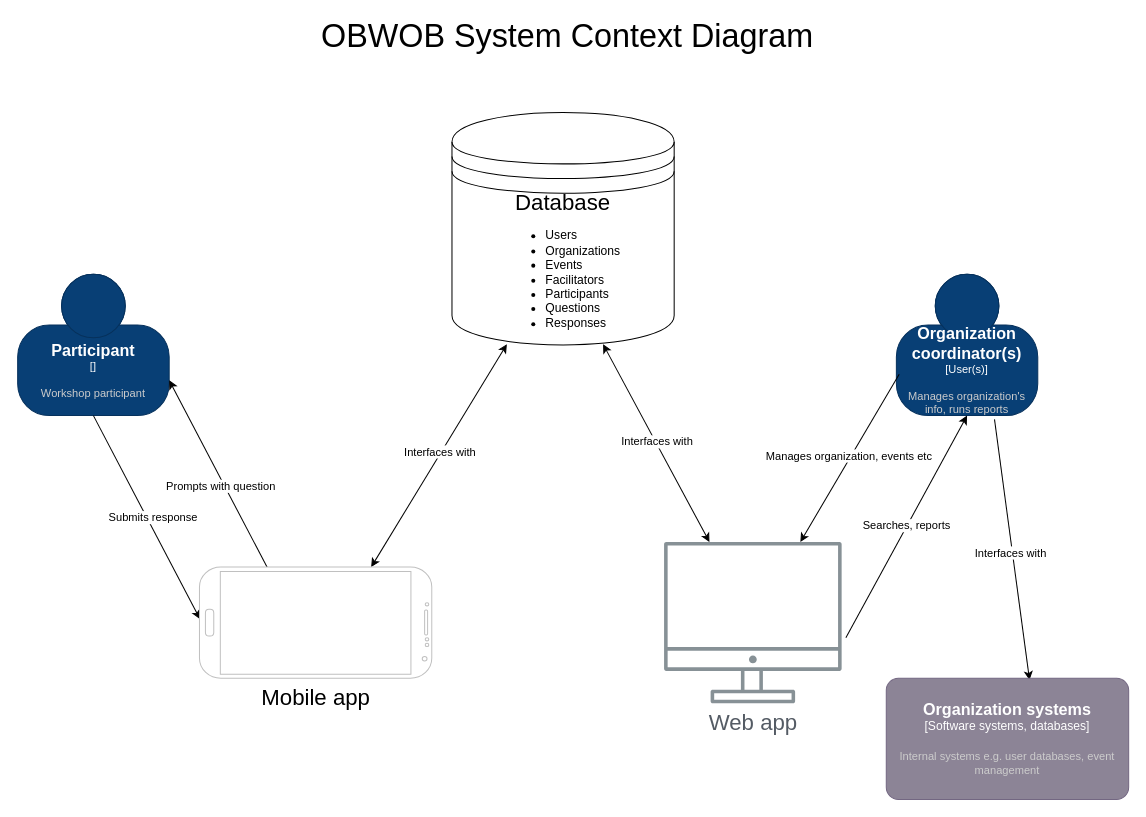
Before: documentation/c4-diagrams/1_obwob_system_context_diagram.drawio in laurapg1214/impact-web-interface, a draw.io diagram. Source tidied: cells renumbered, new cells numbered last; positions are measured from the earlier drawing's top-left corner, leaving out a move shared by most shapes. Both pictures are drawn from the tidied source at 101%, with x=0, y=0 at pixel (17, 21).
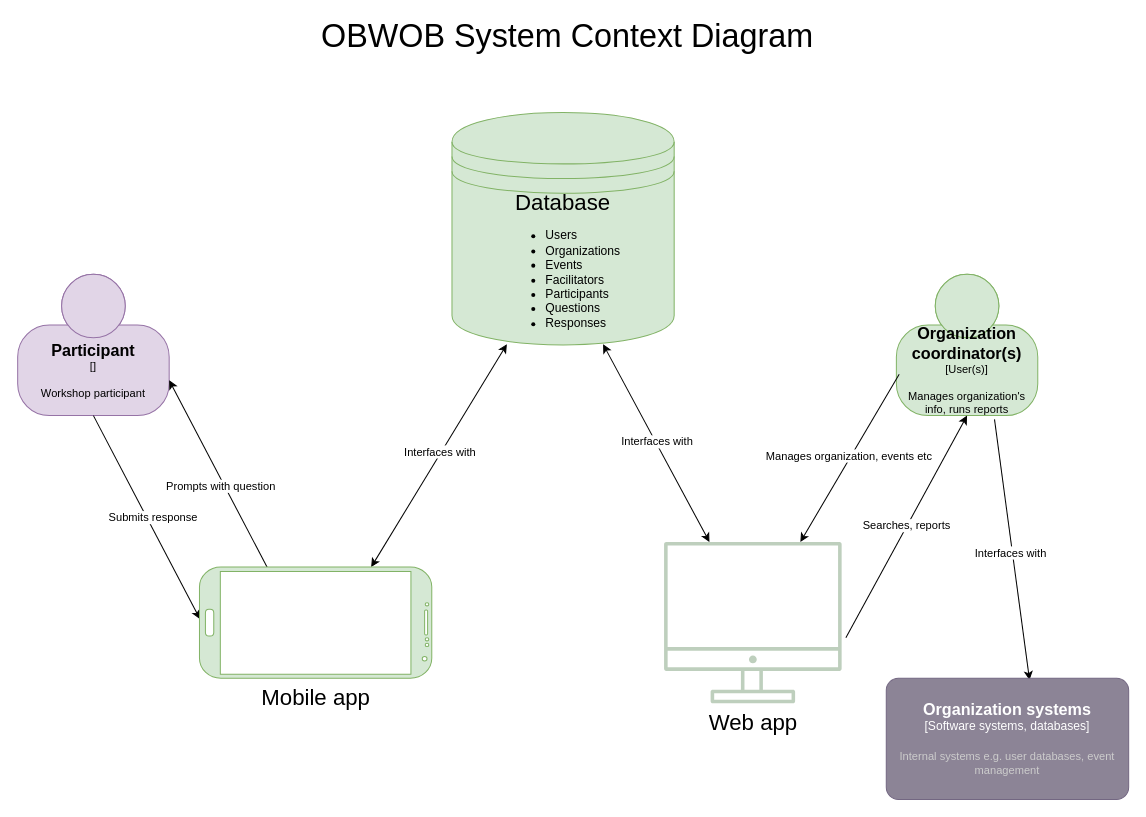
Above is the later version.

The edit, as a diff of the source:
```diff
@@
-    <object id="2" label="&lt;font style=&quot;font-size: 16px&quot;&gt;&lt;b&gt;%c4Name%&lt;/b&gt;&lt;/font&gt;&lt;div&gt;[%c4Type%]&lt;/div&gt;&lt;br&gt;&lt;div&gt;&lt;font style=&quot;font-size: 11px&quot;&gt;&lt;font color=&quot;#cccccc&quot;&gt;%c4Description%&lt;/font&gt;&lt;/div&gt;" c4Description="Workshop participant" c4Name="Participant" c4Type="" placeholders="1">
-      <mxCell style="html=1;fontSize=11;dashed=0;whiteSpace=wrap;fillColor=#083F75;strokeColor=#06315C;fontColor=#ffffff;shape=mxgraph.c4.person2;align=center;points=[[0.5,0,0],[1,0.5,0],[1,0.75,0],[0.75,1,0],[0.5,1,0],[0.25,1,0],[0,0.75,0],[0,0.5,0]];" parent="1" vertex="1">
+    <object id="2" label="&lt;font style=&quot;font-size: 16px&quot;&gt;&lt;b&gt;%c4Name%&lt;/b&gt;&lt;/font&gt;&lt;div&gt;[%c4Type%]&lt;/div&gt;&lt;br&gt;&lt;div&gt;&lt;font style=&quot;font-size: 11px&quot;&gt;&lt;font color=&quot;#000000&quot;&gt;%c4Description%&lt;/font&gt;&lt;/div&gt;" c4Description="Workshop participant" c4Name="Participant" c4Type="" placeholders="1">
+      <mxCell style="html=1;fontSize=11;dashed=0;whiteSpace=wrap;fillColor=#e1d5e7;strokeColor=#9673a6;shape=mxgraph.c4.person2;align=center;points=[[0.5,0,0],[1,0.5,0],[1,0.75,0],[0.75,1,0],[0.5,1,0],[0.25,1,0],[0,0.75,0],[0,0.5,0]];" parent="1" vertex="1">
         <mxGeometry y="250" width="150" height="140" as="geometry" />
       </mxCell>
     </object>
-    <object id="3" label="&lt;font style=&quot;font-size: 16px&quot;&gt;&lt;b&gt;%c4Name%&lt;/b&gt;&lt;/font&gt;&lt;div&gt;[%c4Type%]&lt;/div&gt;&lt;br&gt;&lt;div&gt;&lt;font style=&quot;font-size: 11px&quot;&gt;&lt;font color=&quot;#cccccc&quot;&gt;%c4Description%&lt;/font&gt;&lt;/div&gt;" c4Description="Manages organization's info, runs reports" c4Name="Organization coordinator(s)" c4Type="User(s)" placeholders="1">
-      <mxCell style="html=1;fontSize=11;dashed=0;whiteSpace=wrap;fillColor=#083F75;strokeColor=#06315C;fontColor=#ffffff;shape=mxgraph.c4.person2;align=center;points=[[0.5,0,0],[1,0.5,0],[1,0.75,0],[0.75,1,0],[0.5,1,0],[0.25,1,0],[0,0.75,0],[0,0.5,0]];" parent="1" vertex="1">
+    <object id="3" label="&lt;font style=&quot;font-size: 16px&quot;&gt;&lt;b&gt;%c4Name%&lt;/b&gt;&lt;/font&gt;&lt;div&gt;[%c4Type%]&lt;/div&gt;&lt;br&gt;&lt;div&gt;&lt;font style=&quot;font-size: 11px&quot;&gt;&lt;font color=&quot;#000000&quot;&gt;%c4Description%&lt;/font&gt;&lt;/div&gt;" c4Description="Manages organization's info, runs reports" c4Name="Organization coordinator(s)" c4Type="User(s)" placeholders="1">
+      <mxCell style="html=1;fontSize=11;dashed=0;whiteSpace=wrap;fillColor=#d5e8d4;strokeColor=#82b366;shape=mxgraph.c4.person2;align=center;points=[[0.5,0,0],[1,0.5,0],[1,0.75,0],[0.75,1,0],[0.5,1,0],[0.25,1,0],[0,0.75,0],[0,0.5,0]];" parent="1" vertex="1">
         <mxGeometry x="870" y="250" width="140" height="140" as="geometry" />
       </mxCell>
     </object>
-    <mxCell id="4" value="&lt;font style=&quot;font-size: 22px;&quot;&gt;Database&lt;/font&gt;&lt;div style=&quot;text-align: left;&quot;&gt;&lt;ul&gt;&lt;li&gt;Users&lt;/li&gt;&lt;li&gt;Organizations&lt;/li&gt;&lt;li&gt;&lt;font style=&quot;font-size: 12px;&quot;&gt;Events&lt;/font&gt;&lt;/li&gt;&lt;li&gt;Facilitators&lt;/li&gt;&lt;li&gt;Participants&lt;/li&gt;&lt;li&gt;Questions&lt;/li&gt;&lt;li&gt;Responses&lt;/li&gt;&lt;/ul&gt;&lt;/div&gt;" style="shape=datastore;whiteSpace=wrap;html=1;" parent="1" vertex="1">
+    <mxCell id="4" value="&lt;font style=&quot;font-size: 22px;&quot;&gt;Database&lt;/font&gt;&lt;div style=&quot;text-align: left;&quot;&gt;&lt;ul&gt;&lt;li&gt;Users&lt;/li&gt;&lt;li&gt;Organizations&lt;/li&gt;&lt;li&gt;&lt;font style=&quot;font-size: 12px;&quot;&gt;Events&lt;/font&gt;&lt;/li&gt;&lt;li&gt;Facilitators&lt;/li&gt;&lt;li&gt;Participants&lt;/li&gt;&lt;li&gt;Questions&lt;/li&gt;&lt;li&gt;Responses&lt;/li&gt;&lt;/ul&gt;&lt;/div&gt;" style="shape=datastore;whiteSpace=wrap;html=1;fillColor=#d5e8d4;strokeColor=#82b366;" parent="1" vertex="1">
       <mxGeometry x="430" y="90" width="220" height="230" as="geometry" />
     </mxCell>
@@
-    <mxCell id="12" value="&lt;font style=&quot;font-size: 22px;&quot;&gt;Mobile app&lt;/font&gt;" style="verticalLabelPosition=bottom;verticalAlign=top;html=1;shadow=0;dashed=0;strokeWidth=1;shape=mxgraph.android.phone2;strokeColor=#c0c0c0;direction=south;" parent="1" vertex="1">
+    <mxCell id="12" value="&lt;font style=&quot;font-size: 22px;&quot;&gt;Mobile app&lt;/font&gt;" style="verticalLabelPosition=bottom;verticalAlign=top;html=1;shadow=0;dashed=0;strokeWidth=1;shape=mxgraph.android.phone2;strokeColor=#82b366;direction=south;fillColor=#d5e8d4;" parent="1" vertex="1">
       <mxGeometry x="180" y="540" width="230" height="110" as="geometry" />
     </mxCell>
-    <mxCell id="13" value="&lt;font style=&quot;font-size: 22px;&quot;&gt;Web app&lt;/font&gt;" style="sketch=0;outlineConnect=0;gradientColor=none;fontColor=#545B64;strokeColor=none;fillColor=#879196;dashed=0;verticalLabelPosition=bottom;verticalAlign=top;align=center;html=1;fontSize=12;fontStyle=0;shape=mxgraph.aws4.illustration_desktop;" parent="1" vertex="1">
+    <mxCell id="13" value="&lt;font style=&quot;font-size: 22px;&quot;&gt;Web app&lt;/font&gt;" style="sketch=0;outlineConnect=0;strokeColor=#668C50;fillColor=#BECFBD;dashed=0;verticalLabelPosition=bottom;verticalAlign=top;align=center;html=1;fontSize=12;fontStyle=0;shape=mxgraph.aws4.illustration_desktop;" parent="1" vertex="1">
       <mxGeometry x="640" y="515" width="175.8" height="160" as="geometry" />
     </mxCell>
```
